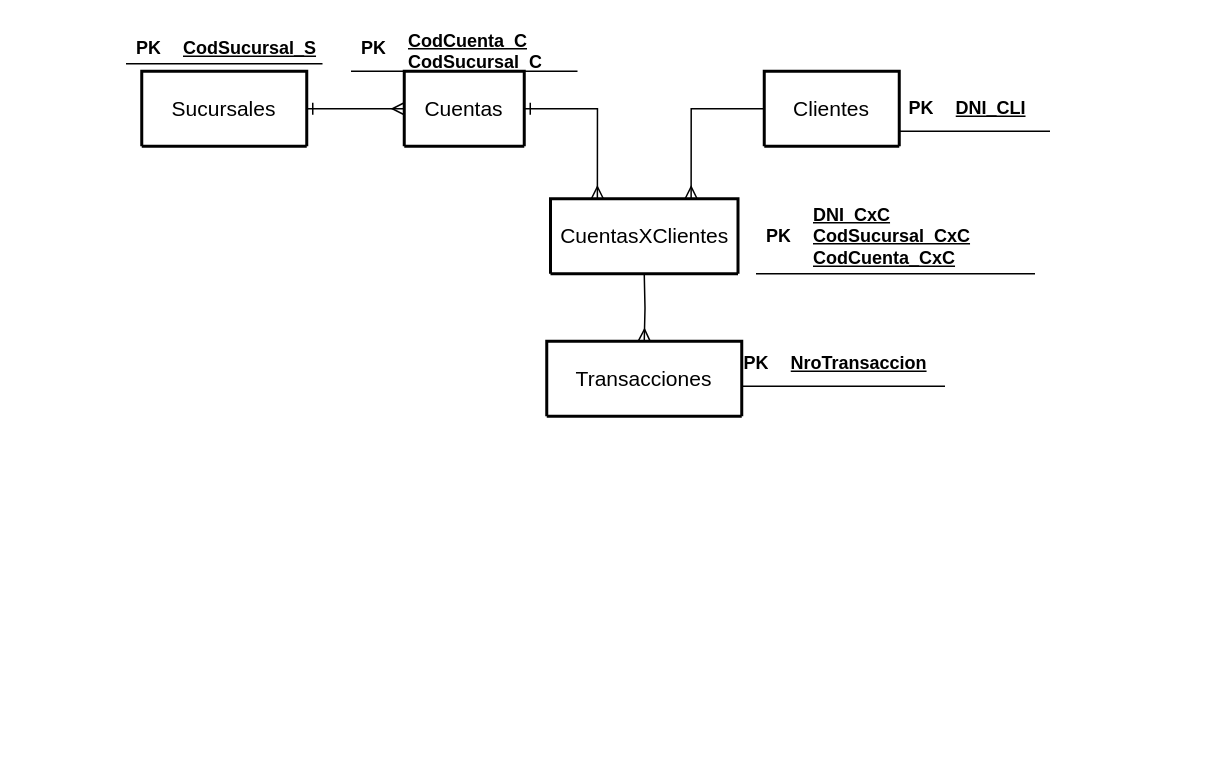
LeandroVillada/Laboratorio-III-Public keeps this draw.io diagram as Diagramas/Ejercicio 3 - LAB 3.drawio. Above is the earlier version. Source tidied: cells renumbered, new cells numbered last; positions are measured from the earlier drawing's top-left corner, leaving out a move shared by most shapes. Both pictures are drawn from the tidied source at 150%, with x=0, y=0 at pixel (126, 26).
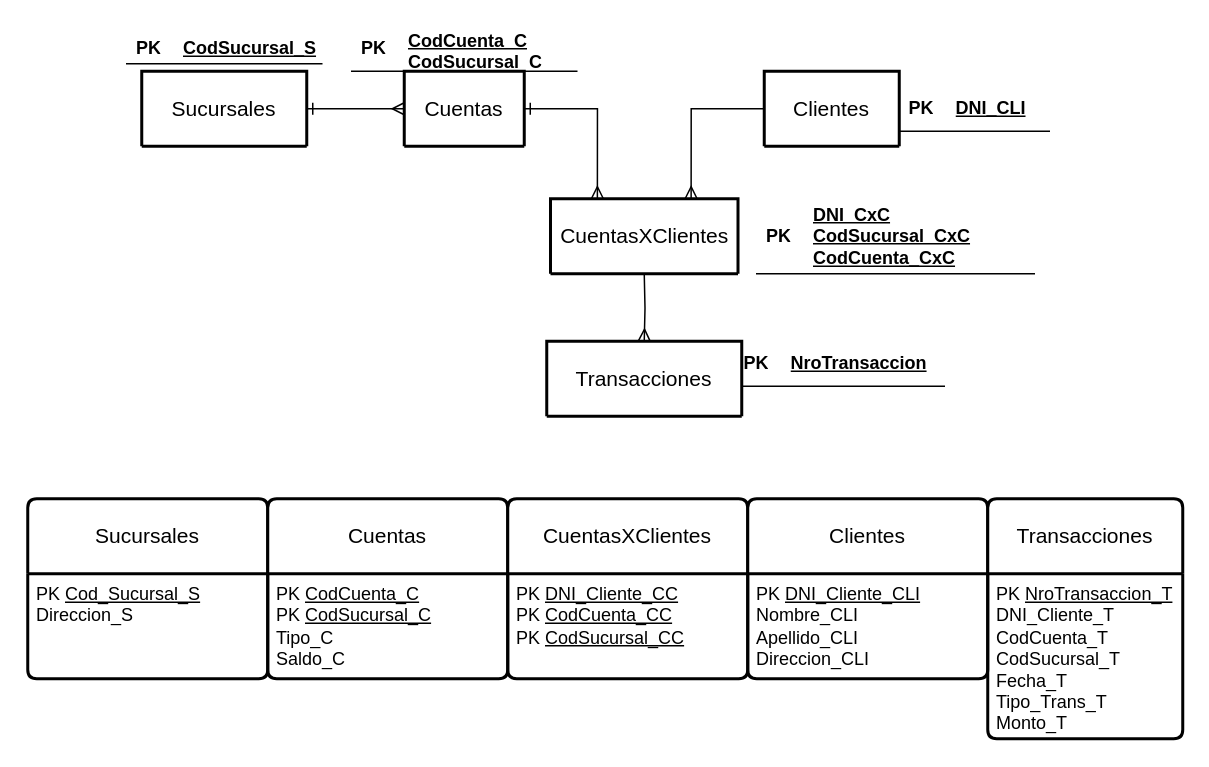
After the change.

Diff of the diagram source:
```diff
@@
+    <mxCell id="31" value="Sucursales" style="swimlane;horizontal=1;startSize=50;rounded=1;fontSize=14;fontStyle=0;strokeWidth=2;shadow=0;dashed=0;align=center;arcSize=4;whiteSpace=wrap;html=1;fontFamily=Helvetica;fontColor=default;" parent="1" vertex="1">
+      <mxGeometry x="-66" y="315" width="160" height="120" as="geometry" />
+    </mxCell>
+    <mxCell id="32" value="PK &lt;u&gt;Cod_Sucursal_S&lt;/u&gt;&lt;br&gt;Direccion_S" style="align=left;strokeColor=none;fillColor=none;spacingLeft=4;fontSize=12;verticalAlign=top;html=1;fontFamily=Helvetica;fontColor=default;" parent="31" vertex="1">
+      <mxGeometry y="50" width="160" height="70" as="geometry" />
+    </mxCell>
+    <mxCell id="33" value="Cuentas" style="swimlane;horizontal=1;startSize=50;rounded=1;fontSize=14;fontStyle=0;strokeWidth=2;shadow=0;dashed=0;align=center;arcSize=4;whiteSpace=wrap;html=1;fontFamily=Helvetica;fontColor=default;" parent="1" vertex="1">
+      <mxGeometry x="94" y="315" width="160" height="120" as="geometry" />
+    </mxCell>
+    <mxCell id="34" value="PK &lt;u&gt;CodCuenta_C&lt;/u&gt;&lt;br&gt;PK &lt;u&gt;CodSucursal_C&lt;/u&gt;&lt;br&gt;Tipo_C&lt;br&gt;Saldo_C" style="align=left;strokeColor=none;fillColor=none;spacingLeft=4;fontSize=12;verticalAlign=top;html=1;fontFamily=Helvetica;fontColor=default;" parent="33" vertex="1">
+      <mxGeometry y="50" width="160" height="70" as="geometry" />
+    </mxCell>
+    <mxCell id="35" value="CuentasXClientes" style="swimlane;horizontal=1;startSize=50;rounded=1;fontSize=14;fontStyle=0;strokeWidth=2;shadow=0;dashed=0;align=center;arcSize=4;whiteSpace=wrap;html=1;fontFamily=Helvetica;fontColor=default;" parent="1" vertex="1">
+      <mxGeometry x="254" y="315" width="160" height="120" as="geometry" />
+    </mxCell>
+    <mxCell id="36" value="PK &lt;u&gt;DNI_Cliente_CC&lt;/u&gt;&lt;br&gt;PK &lt;u&gt;CodCuenta_CC&lt;/u&gt;&lt;br&gt;PK &lt;u&gt;CodSucursal_CC&lt;/u&gt;" style="align=left;strokeColor=none;fillColor=none;spacingLeft=4;fontSize=12;verticalAlign=top;html=1;fontFamily=Helvetica;fontColor=default;" parent="35" vertex="1">
+      <mxGeometry y="50" width="160" height="70" as="geometry" />
+    </mxCell>
+    <mxCell id="37" value="Clientes" style="swimlane;horizontal=1;startSize=50;rounded=1;fontSize=14;fontStyle=0;strokeWidth=2;shadow=0;dashed=0;align=center;arcSize=4;whiteSpace=wrap;html=1;fontFamily=Helvetica;fontColor=default;" parent="1" vertex="1">
+      <mxGeometry x="414" y="315" width="160" height="120" as="geometry" />
+    </mxCell>
+    <mxCell id="38" value="PK &lt;u&gt;DNI_Cliente_CLI&lt;/u&gt;&lt;br&gt;Nombre_CLI&lt;br&gt;Apellido_CLI&lt;br&gt;Direccion_CLI" style="align=left;strokeColor=none;fillColor=none;spacingLeft=4;fontSize=12;verticalAlign=top;html=1;fontFamily=Helvetica;fontColor=default;" parent="37" vertex="1">
+      <mxGeometry y="50" width="160" height="70" as="geometry" />
+    </mxCell>
+    <mxCell id="39" value="Transacciones" style="swimlane;horizontal=1;startSize=50;rounded=1;fontSize=14;fontStyle=0;strokeWidth=2;shadow=0;dashed=0;align=center;arcSize=4;whiteSpace=wrap;html=1;fontFamily=Helvetica;fontColor=default;" parent="1" vertex="1">
+      <mxGeometry x="574" y="315" width="130" height="160" as="geometry" />
+    </mxCell>
+    <mxCell id="40" value="PK &lt;u&gt;NroTransaccion_T&lt;/u&gt;&lt;br&gt;DNI_Cliente_T&lt;br&gt;CodCuenta_T&lt;br&gt;CodSucursal_T&lt;br&gt;Fecha_T&lt;br&gt;Tipo_Trans_T&lt;br&gt;Monto_T" style="align=left;strokeColor=none;fillColor=none;spacingLeft=4;fontSize=12;verticalAlign=top;html=1;fontFamily=Helvetica;fontColor=default;" parent="39" vertex="1">
+      <mxGeometry y="50" width="130" height="110" as="geometry" />
+    </mxCell>
```
